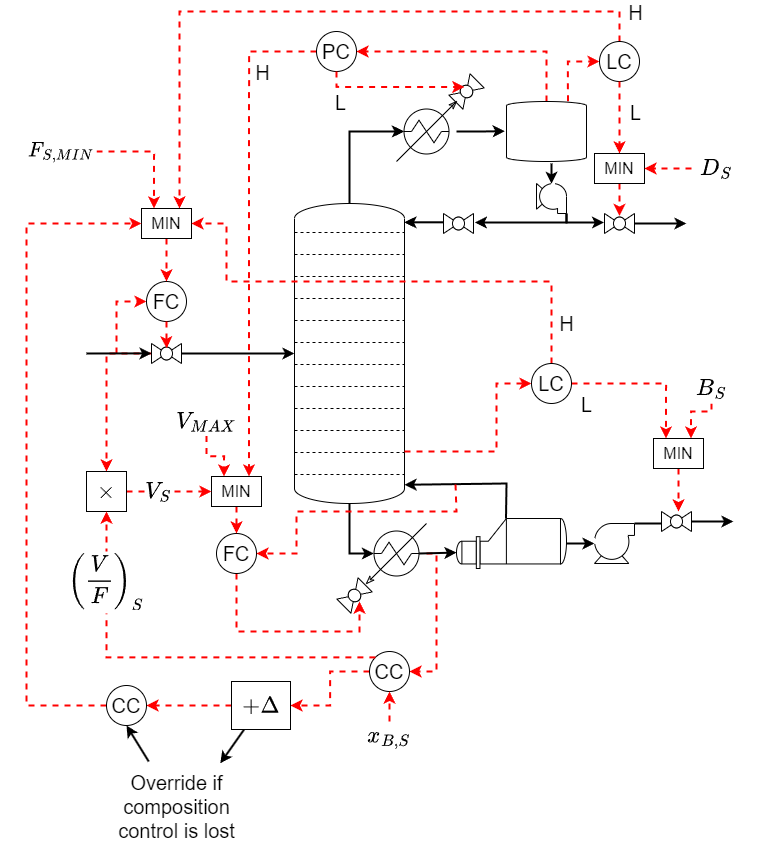
Above: Figures/ifac-distillation/bank/column_bidir2_complex.png in brageban/aspen-matlab-testbench (draw.io), before the change. Source tidied: cells renumbered, new cells last; positions are measured from the earlier drawing's top-left corner, leaving out a move shared by most shapes.
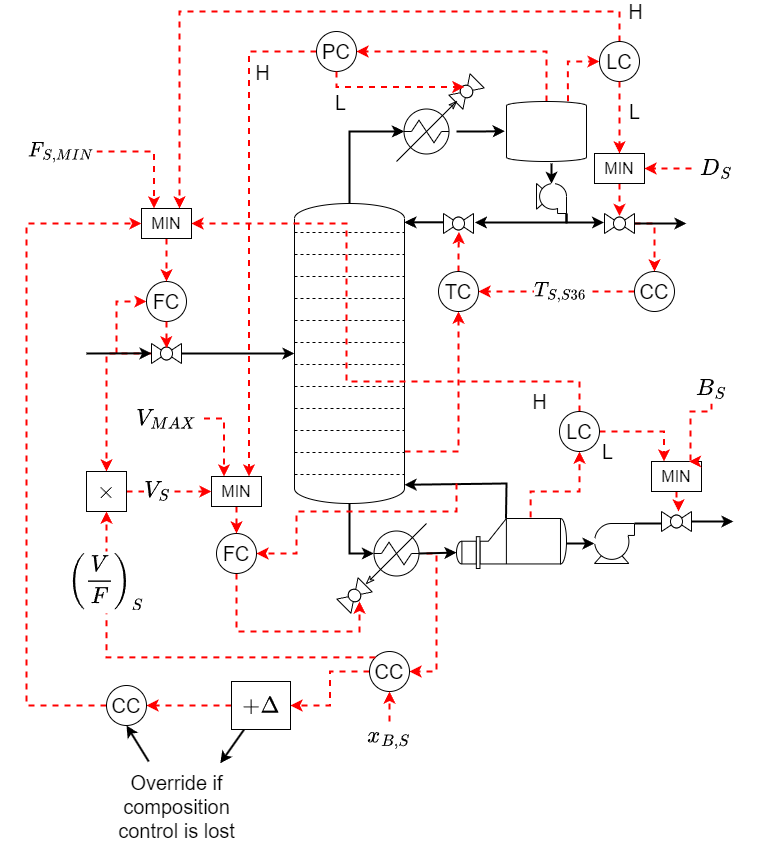
Later version of the same file.

Change to the diagram source:
```diff
@@ -2,6 +2,13 @@
   <root>
     <mxCell id="0" />
     <mxCell id="1" parent="0" />
+    <mxCell id="91" style="edgeStyle=orthogonalEdgeStyle;html=1;entryX=0.5;entryY=0;entryDx=0;entryDy=0;dashed=1;strokeWidth=2;strokeColor=#FF0000;rounded=0;" parent="1" edge="1" source="24" target="97">
+      <mxGeometry relative="1" as="geometry">
+        <Array as="points">
+          <mxPoint x="628" y="212" />
+        </Array>
+      </mxGeometry>
+    </mxCell>
     <mxCell id="2" style="edgeStyle=orthogonalEdgeStyle;rounded=0;html=1;entryX=1;entryY=0.5;entryDx=0;entryDy=0;dashed=1;strokeColor=#FF0000;strokeWidth=2;" parent="1" edge="1" source="30" target="69">
       <mxGeometry relative="1" as="geometry">
         <Array as="points">
@@ -46,6 +53,13 @@
         <mxPoint x="-33" y="15" as="offset" />
       </mxGeometry>
     </mxCell>
+    <mxCell id="92" style="edgeStyle=orthogonalEdgeStyle;rounded=0;html=1;entryX=0.5;entryY=1;entryDx=0;entryDy=0;dashed=1;strokeColor=#FF0000;strokeWidth=2;" parent="1" edge="1" source="11" target="94">
+      <mxGeometry relative="1" as="geometry">
+        <Array as="points">
+          <mxPoint x="432" y="440" />
+        </Array>
+      </mxGeometry>
+    </mxCell>
     <mxCell id="11" style="verticalLabelPosition=bottom;outlineConnect=0;align=center;dashed=0;html=1;verticalAlign=top;shape=mxgraph.pid2misc.column;columnType=tray;fontSize=20;" parent="1" vertex="1">
       <mxGeometry x="268" y="192" width="110" height="300" as="geometry" />
     </mxCell>
@@ -250,11 +264,11 @@
     <mxCell id="51" value="MIN" style="whiteSpace=wrap;html=1;fontSize=16;" parent="1" vertex="1">
       <mxGeometry x="115" y="197" width="50" height="30" as="geometry" />
     </mxCell>
-    <mxCell id="52" style="edgeStyle=orthogonalEdgeStyle;rounded=0;html=1;entryX=0;entryY=0.5;entryDx=0;entryDy=0;dashed=1;strokeColor=#FF0000;strokeWidth=2;elbow=vertical;fontSize=20;" parent="1" edge="1" source="11" target="56">
+    <mxCell id="52" style="edgeStyle=orthogonalEdgeStyle;rounded=0;html=1;entryX=0.5;entryY=1;entryDx=0;entryDy=0;dashed=1;strokeColor=#FF0000;strokeWidth=2;elbow=vertical;fontSize=20;exitX=0.674;exitY=-0.023;exitDx=0;exitDy=0;exitPerimeter=0;" parent="1" edge="1" source="20" target="56">
       <mxGeometry relative="1" as="geometry">
         <Array as="points">
-          <mxPoint x="470" y="440" />
-          <mxPoint x="470" y="372" />
+          <mxPoint x="504" y="480" />
+          <mxPoint x="553" y="480" />
         </Array>
       </mxGeometry>
     </mxCell>
@@ -269,23 +283,23 @@
     <mxCell id="55" style="edgeStyle=orthogonalEdgeStyle;rounded=0;html=1;entryX=1;entryY=0.5;entryDx=0;entryDy=0;dashed=1;strokeColor=#FF0000;strokeWidth=2;fontSize=20;" parent="1" edge="1" source="56" target="51">
       <mxGeometry relative="1" as="geometry">
         <Array as="points">
-          <mxPoint x="525" y="270" />
-          <mxPoint x="200" y="270" />
-          <mxPoint x="200" y="212" />
+          <mxPoint x="553" y="370" />
+          <mxPoint x="320" y="370" />
+          <mxPoint x="320" y="212" />
         </Array>
       </mxGeometry>
     </mxCell>
     <mxCell id="56" value="&lt;font style=&quot;font-size: 20px;&quot;&gt;LC&lt;/font&gt;" style="ellipse;whiteSpace=wrap;html=1;fontSize=20;" parent="1" vertex="1">
-      <mxGeometry x="505" y="352" width="40" height="40" as="geometry" />
+      <mxGeometry x="533" y="400" width="40" height="40" as="geometry" />
     </mxCell>
     <mxCell id="57" style="edgeStyle=orthogonalEdgeStyle;rounded=0;html=1;entryX=0.567;entryY=0;entryDx=0;entryDy=0;entryPerimeter=0;dashed=1;strokeColor=#FF0000;strokeWidth=2;fontSize=20;" parent="1" edge="1" source="58" target="38">
       <mxGeometry relative="1" as="geometry" />
     </mxCell>
     <mxCell id="58" value="MIN" style="whiteSpace=wrap;html=1;fontSize=16;" parent="1" vertex="1">
-      <mxGeometry x="627" y="427" width="50" height="30" as="geometry" />
+      <mxGeometry x="625" y="450" width="50" height="30" as="geometry" />
     </mxCell>
     <mxCell id="59" value="H" style="text;html=1;align=center;verticalAlign=middle;strokeColor=none;fillColor=none;fontSize=20;" parent="1" vertex="1">
-      <mxGeometry x="520" y="292" width="40" height="40" as="geometry" />
+      <mxGeometry x="493" y="370" width="40" height="40" as="geometry" />
     </mxCell>
     <mxCell id="60" style="edgeStyle=orthogonalEdgeStyle;rounded=0;html=1;entryX=1;entryY=0.5;entryDx=0;entryDy=0;dashed=1;strokeColor=#FF0000;strokeWidth=2;fontSize=20;" parent="1" edge="1" source="61" target="49">
       <mxGeometry relative="1" as="geometry" />
@@ -338,11 +352,11 @@
     <mxCell id="72" value="&lt;span style=&quot;font-size: 20px;&quot;&gt;$$\times$$&lt;/span&gt;" style="whiteSpace=wrap;html=1;fontSize=20;fontStyle=0;" parent="1" vertex="1">
       <mxGeometry x="60" y="460" width="40" height="40" as="geometry" />
     </mxCell>
-    <mxCell id="73" style="edgeStyle=orthogonalEdgeStyle;rounded=0;html=1;entryX=0.25;entryY=0;entryDx=0;entryDy=0;dashed=1;strokeColor=#FF0000;strokeWidth=2;" parent="1" edge="1" source="74" target="66">
+    <mxCell id="73" style="edgeStyle=orthogonalEdgeStyle;rounded=0;html=1;entryX=0.25;entryY=0;entryDx=0;entryDy=0;dashed=1;strokeColor=#FF0000;strokeWidth=2;exitX=1;exitY=0.5;exitDx=0;exitDy=0;" parent="1" edge="1" source="74" target="66">
       <mxGeometry relative="1" as="geometry" />
     </mxCell>
     <mxCell id="74" value="&lt;span style=&quot;font-size: 20px;&quot;&gt;$$V_{MAX}$$&lt;/span&gt;" style="whiteSpace=wrap;html=1;fontSize=20;strokeColor=none;" parent="1" vertex="1">
-      <mxGeometry x="155" y="394.5" width="50" height="30" as="geometry" />
+      <mxGeometry x="102.5" y="392" width="75" height="30" as="geometry" />
     </mxCell>
     <mxCell id="75" style="edgeStyle=orthogonalEdgeStyle;rounded=0;html=1;entryX=0.5;entryY=1;entryDx=0;entryDy=0;dashed=1;strokeColor=#FF0000;strokeWidth=2;fontSize=20;" parent="1" edge="1" source="76" target="69">
       <mxGeometry relative="1" as="geometry" />
@@ -414,5 +428,22 @@
     <mxCell id="90" value="$$F_{S,MIN}$$" style="whiteSpace=wrap;html=1;fontSize=18;strokeColor=none;" parent="1" vertex="1">
       <mxGeometry y="120" width="70" height="40" as="geometry" />
     </mxCell>
+    <mxCell id="93" style="edgeStyle=orthogonalEdgeStyle;rounded=0;html=1;entryX=0.515;entryY=0.917;entryDx=0;entryDy=0;entryPerimeter=0;dashed=1;strokeColor=#FF0000;strokeWidth=2;" parent="1" edge="1" source="94" target="22">
+      <mxGeometry relative="1" as="geometry" />
+    </mxCell>
+    <mxCell id="94" value="&lt;font style=&quot;font-size: 20px;&quot;&gt;TC&lt;/font&gt;" style="ellipse;whiteSpace=wrap;html=1;fontSize=20;" parent="1" vertex="1">
+      <mxGeometry x="412" y="260" width="40" height="40" as="geometry" />
+    </mxCell>
+    <mxCell id="95" style="edgeStyle=orthogonalEdgeStyle;rounded=0;html=1;entryX=1;entryY=0.5;entryDx=0;entryDy=0;dashed=1;strokeColor=#FF0000;strokeWidth=2;" parent="1" edge="1" source="97" target="94">
+      <mxGeometry relative="1" as="geometry" />
+    </mxCell>
+    <mxCell id="96" value="$$T_{S,S36}$$" style="edgeLabel;html=1;align=center;verticalAlign=middle;fontSize=18;" parent="95" vertex="1">
+      <mxGeometry x="0.29" y="4" relative="1" as="geometry">
+        <mxPoint x="26" y="-4" as="offset" />
+      </mxGeometry>
+    </mxCell>
+    <mxCell id="97" value="&lt;font style=&quot;font-size: 20px;&quot;&gt;CC&lt;/font&gt;" style="ellipse;whiteSpace=wrap;html=1;fontSize=20;" parent="1" vertex="1">
+      <mxGeometry x="608" y="260" width="40" height="40" as="geometry" />
+    </mxCell>
   </root>
 </mxGraphModel>
```
